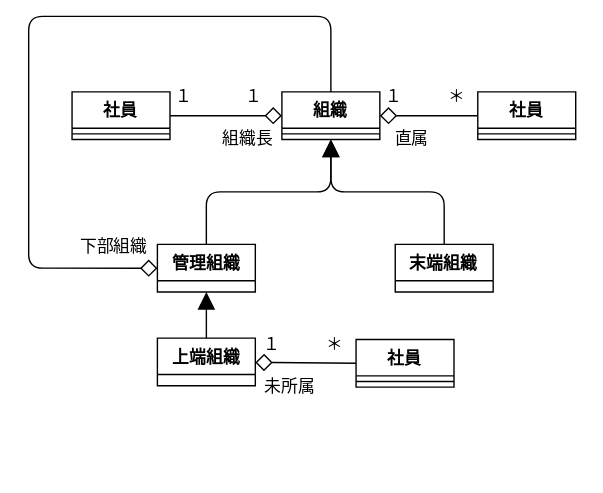
Above: Designs/組織構成設計/クラス図.svg in bosssanovar/LightMvvmSample (draw.io), before the change. Source tidied: cells renumbered, new cells last; positions are measured from the earlier drawing's top-left corner, leaving out a move shared by most shapes. Source of this version:
```xml
<mxGraphModel>
  <root>
    <mxCell id="0" />
    <mxCell id="1" parent="0" />
    <mxCell id="2" style="rounded=0;whiteSpace=wrap;html=1;strokeColor=none;fontSize=12;" parent="1" vertex="1">
      <mxGeometry width="430" height="350" as="geometry" />
    </mxCell>
    <mxCell id="3" value="管理組織" style="swimlane;fontStyle=1;align=center;verticalAlign=top;horizontal=1;startSize=26;" parent="1" vertex="1">
      <mxGeometry x="112" y="173" width="70" height="34" as="geometry" />
    </mxCell>
    <mxCell id="4" style="edgeStyle=orthogonalEdgeStyle;jumpSize=10;html=1;exitX=0.5;exitY=0;exitDx=0;exitDy=0;entryX=0.5;entryY=1;entryDx=0;entryDy=0;strokeWidth=1;fontSize=12;endArrow=block;endFill=1;startSize=10;endSize=10;" parent="1" edge="1" source="3" target="8">
      <mxGeometry relative="1" as="geometry" />
    </mxCell>
    <mxCell id="5" style="edgeStyle=none;jumpSize=10;html=1;exitX=0;exitY=0.5;exitDx=0;exitDy=0;entryX=1;entryY=0.5;entryDx=0;entryDy=0;strokeWidth=1;endArrow=diamond;endFill=0;startSize=10;endSize=10;" parent="1" edge="1" source="6" target="8">
      <mxGeometry relative="1" as="geometry" />
    </mxCell>
    <mxCell id="6" value="社員" style="swimlane;fontStyle=1;align=center;verticalAlign=top;horizontal=1;startSize=26;" parent="1" vertex="1">
      <mxGeometry x="341" y="64" width="70" height="34" as="geometry" />
    </mxCell>
    <mxCell id="7" style="line;strokeWidth=1;fillColor=none;align=left;verticalAlign=middle;spacingTop=-1;spacingLeft=3;spacingRight=3;labelPosition=right;strokeColor=inherit;" parent="6" vertex="1">
      <mxGeometry y="26" width="70" height="8" as="geometry" />
    </mxCell>
    <mxCell id="8" value="組織" style="swimlane;fontStyle=1;align=center;verticalAlign=top;horizontal=1;startSize=26;" parent="1" vertex="1">
      <mxGeometry x="201" y="64" width="70" height="34" as="geometry" />
    </mxCell>
    <mxCell id="9" style="line;strokeWidth=1;fillColor=none;align=left;verticalAlign=middle;spacingTop=-1;spacingLeft=3;spacingRight=3;labelPosition=right;strokeColor=inherit;" parent="8" vertex="1">
      <mxGeometry y="26" width="70" height="8" as="geometry" />
    </mxCell>
    <mxCell id="10" style="edgeStyle=none;jumpSize=10;html=1;exitX=1;exitY=0.5;exitDx=0;exitDy=0;entryX=0;entryY=0.5;entryDx=0;entryDy=0;strokeWidth=1;endArrow=diamond;endFill=0;startSize=10;endSize=10;" parent="1" edge="1" source="11" target="8">
      <mxGeometry relative="1" as="geometry" />
    </mxCell>
    <mxCell id="11" value="社員" style="swimlane;fontStyle=1;align=center;verticalAlign=top;horizontal=1;startSize=26;" parent="1" vertex="1">
      <mxGeometry x="51" y="64" width="70" height="34" as="geometry" />
    </mxCell>
    <mxCell id="12" style="line;strokeWidth=1;fillColor=none;align=left;verticalAlign=middle;spacingTop=-1;spacingLeft=3;spacingRight=3;labelPosition=right;strokeColor=inherit;" parent="11" vertex="1">
      <mxGeometry y="26" width="70" height="8" as="geometry" />
    </mxCell>
    <mxCell id="13" value="１" style="text;html=1;strokeColor=none;fillColor=none;align=center;verticalAlign=middle;whiteSpace=wrap;rounded=0;dashed=1;" parent="1" vertex="1">
      <mxGeometry x="251" y="53" width="60" height="30" as="geometry" />
    </mxCell>
    <mxCell id="14" value="＊" style="text;html=1;strokeColor=none;fillColor=none;align=center;verticalAlign=middle;whiteSpace=wrap;rounded=0;dashed=1;fontSize=12;" parent="1" vertex="1">
      <mxGeometry x="296" y="53" width="60" height="30" as="geometry" />
    </mxCell>
    <mxCell id="15" value="１" style="text;html=1;strokeColor=none;fillColor=none;align=center;verticalAlign=middle;whiteSpace=wrap;rounded=0;dashed=1;" parent="1" vertex="1">
      <mxGeometry x="101" y="53" width="60" height="30" as="geometry" />
    </mxCell>
    <mxCell id="16" value="１" style="text;html=1;strokeColor=none;fillColor=none;align=center;verticalAlign=middle;whiteSpace=wrap;rounded=0;dashed=1;" parent="1" vertex="1">
      <mxGeometry x="151" y="53" width="60" height="30" as="geometry" />
    </mxCell>
    <mxCell id="17" value="組織長" style="text;html=1;strokeColor=none;fillColor=none;align=center;verticalAlign=middle;whiteSpace=wrap;rounded=0;dashed=1;fontSize=12;" parent="1" vertex="1">
      <mxGeometry x="147" y="83" width="60" height="30" as="geometry" />
    </mxCell>
    <mxCell id="18" value="直属" style="text;html=1;strokeColor=none;fillColor=none;align=center;verticalAlign=middle;whiteSpace=wrap;rounded=0;dashed=1;fontSize=12;" parent="1" vertex="1">
      <mxGeometry x="264" y="83" width="60" height="30" as="geometry" />
    </mxCell>
    <mxCell id="19" style="edgeStyle=orthogonalEdgeStyle;jumpSize=10;html=1;exitX=0.5;exitY=0;exitDx=0;exitDy=0;entryX=0.5;entryY=1;entryDx=0;entryDy=0;strokeWidth=1;fontSize=12;endArrow=block;endFill=1;startSize=10;endSize=10;" parent="1" edge="1" source="20" target="8">
      <mxGeometry relative="1" as="geometry" />
    </mxCell>
    <mxCell id="20" value="末端組織" style="swimlane;fontStyle=1;align=center;verticalAlign=top;horizontal=1;startSize=26;" parent="1" vertex="1">
      <mxGeometry x="282" y="173" width="70" height="34" as="geometry" />
    </mxCell>
    <mxCell id="21" style="edgeStyle=orthogonalEdgeStyle;jumpSize=10;html=1;entryX=0;entryY=0.5;entryDx=0;entryDy=0;strokeWidth=1;endArrow=diamond;endFill=0;startSize=10;endSize=10;fontSize=12;exitX=0.5;exitY=0;exitDx=0;exitDy=0;" parent="1" edge="1" source="8" target="3">
      <mxGeometry relative="1" as="geometry">
        <Array as="points">
          <mxPoint x="236" y="10" />
          <mxPoint x="20" y="10" />
          <mxPoint x="20" y="190" />
        </Array>
      </mxGeometry>
    </mxCell>
    <mxCell id="22" value="下部組織" style="text;html=1;strokeColor=none;fillColor=none;align=center;verticalAlign=middle;whiteSpace=wrap;rounded=0;dashed=1;fontSize=12;" parent="1" vertex="1">
      <mxGeometry x="51" y="160" width="60" height="30" as="geometry" />
    </mxCell>
    <mxCell id="23" value="上端組織" style="swimlane;fontStyle=1;align=center;verticalAlign=top;horizontal=1;startSize=26;" parent="1" vertex="1">
      <mxGeometry x="112" y="240" width="70" height="34" as="geometry" />
    </mxCell>
    <mxCell id="24" style="jumpSize=10;html=1;strokeWidth=1;fontSize=12;endArrow=block;endFill=1;startSize=10;endSize=10;" parent="1" edge="1" source="23" target="3">
      <mxGeometry relative="1" as="geometry" />
    </mxCell>
    <mxCell id="25" style="edgeStyle=none;jumpSize=10;html=1;exitX=0;exitY=0.5;exitDx=0;exitDy=0;strokeWidth=1;endArrow=diamond;endFill=0;startSize=10;endSize=10;" parent="1" edge="1" source="26" target="23">
      <mxGeometry relative="1" as="geometry" />
    </mxCell>
    <mxCell id="26" value="社員" style="swimlane;fontStyle=1;align=center;verticalAlign=top;horizontal=1;startSize=26;" parent="1" vertex="1">
      <mxGeometry x="254" y="241" width="70" height="34" as="geometry" />
    </mxCell>
    <mxCell id="27" style="line;strokeWidth=1;fillColor=none;align=left;verticalAlign=middle;spacingTop=-1;spacingLeft=3;spacingRight=3;labelPosition=right;strokeColor=inherit;" parent="26" vertex="1">
      <mxGeometry y="26" width="70" height="8" as="geometry" />
    </mxCell>
    <mxCell id="28" value="１" style="text;html=1;strokeColor=none;fillColor=none;align=center;verticalAlign=middle;whiteSpace=wrap;rounded=0;dashed=1;" parent="1" vertex="1">
      <mxGeometry x="164" y="230" width="60" height="30" as="geometry" />
    </mxCell>
    <mxCell id="29" value="＊" style="text;html=1;strokeColor=none;fillColor=none;align=center;verticalAlign=middle;whiteSpace=wrap;rounded=0;dashed=1;fontSize=12;" parent="1" vertex="1">
      <mxGeometry x="209" y="230" width="60" height="30" as="geometry" />
    </mxCell>
    <mxCell id="30" value="未所属" style="text;html=1;strokeColor=none;fillColor=none;align=center;verticalAlign=middle;whiteSpace=wrap;rounded=0;dashed=1;fontSize=12;" parent="1" vertex="1">
      <mxGeometry x="177" y="260" width="60" height="30" as="geometry" />
    </mxCell>
  </root>
</mxGraphModel>
```
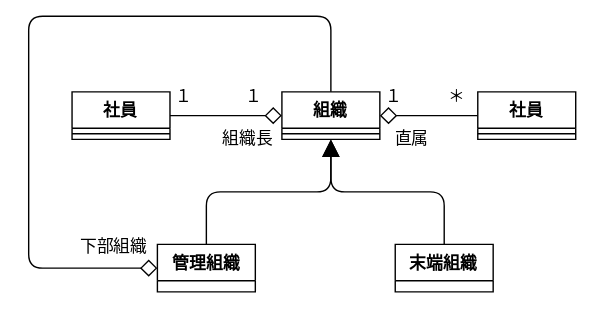
After the commit.

Change to the diagram source:
```diff
@@ -3,7 +3,7 @@
     <mxCell id="0" />
     <mxCell id="1" parent="0" />
     <mxCell id="2" style="rounded=0;whiteSpace=wrap;html=1;strokeColor=none;fontSize=12;" parent="1" vertex="1">
-      <mxGeometry width="430" height="350" as="geometry" />
+      <mxGeometry width="430" height="220" as="geometry" />
     </mxCell>
     <mxCell id="3" value="管理組織" style="swimlane;fontStyle=1;align=center;verticalAlign=top;horizontal=1;startSize=26;" parent="1" vertex="1">
       <mxGeometry x="112" y="173" width="70" height="34" as="geometry" />
@@ -71,29 +71,5 @@
     <mxCell id="22" value="下部組織" style="text;html=1;strokeColor=none;fillColor=none;align=center;verticalAlign=middle;whiteSpace=wrap;rounded=0;dashed=1;fontSize=12;" parent="1" vertex="1">
       <mxGeometry x="51" y="160" width="60" height="30" as="geometry" />
     </mxCell>
-    <mxCell id="23" value="上端組織" style="swimlane;fontStyle=1;align=center;verticalAlign=top;horizontal=1;startSize=26;" parent="1" vertex="1">
-      <mxGeometry x="112" y="240" width="70" height="34" as="geometry" />
-    </mxCell>
-    <mxCell id="24" style="jumpSize=10;html=1;strokeWidth=1;fontSize=12;endArrow=block;endFill=1;startSize=10;endSize=10;" parent="1" edge="1" source="23" target="3">
-      <mxGeometry relative="1" as="geometry" />
-    </mxCell>
-    <mxCell id="25" style="edgeStyle=none;jumpSize=10;html=1;exitX=0;exitY=0.5;exitDx=0;exitDy=0;strokeWidth=1;endArrow=diamond;endFill=0;startSize=10;endSize=10;" parent="1" edge="1" source="26" target="23">
-      <mxGeometry relative="1" as="geometry" />
-    </mxCell>
-    <mxCell id="26" value="社員" style="swimlane;fontStyle=1;align=center;verticalAlign=top;horizontal=1;startSize=26;" parent="1" vertex="1">
-      <mxGeometry x="254" y="241" width="70" height="34" as="geometry" />
-    </mxCell>
-    <mxCell id="27" style="line;strokeWidth=1;fillColor=none;align=left;verticalAlign=middle;spacingTop=-1;spacingLeft=3;spacingRight=3;labelPosition=right;strokeColor=inherit;" parent="26" vertex="1">
-      <mxGeometry y="26" width="70" height="8" as="geometry" />
-    </mxCell>
-    <mxCell id="28" value="１" style="text;html=1;strokeColor=none;fillColor=none;align=center;verticalAlign=middle;whiteSpace=wrap;rounded=0;dashed=1;" parent="1" vertex="1">
-      <mxGeometry x="164" y="230" width="60" height="30" as="geometry" />
-    </mxCell>
-    <mxCell id="29" value="＊" style="text;html=1;strokeColor=none;fillColor=none;align=center;verticalAlign=middle;whiteSpace=wrap;rounded=0;dashed=1;fontSize=12;" parent="1" vertex="1">
-      <mxGeometry x="209" y="230" width="60" height="30" as="geometry" />
-    </mxCell>
-    <mxCell id="30" value="未所属" style="text;html=1;strokeColor=none;fillColor=none;align=center;verticalAlign=middle;whiteSpace=wrap;rounded=0;dashed=1;fontSize=12;" parent="1" vertex="1">
-      <mxGeometry x="177" y="260" width="60" height="30" as="geometry" />
-    </mxCell>
   </root>
 </mxGraphModel>
```
